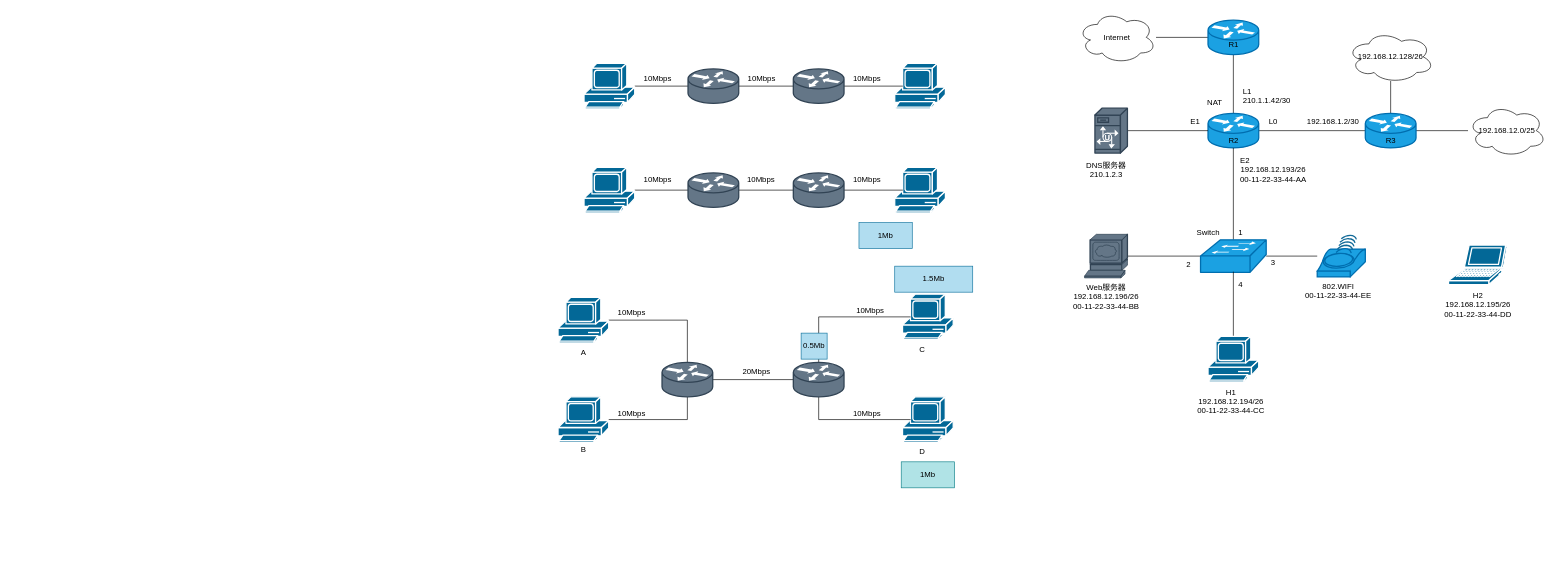
Before: 未命名绘图.drawio in Fanziyang-v/hello-world, a draw.io diagram. Source tidied: cells renumbered, new cells numbered last; positions are measured from the earlier drawing's top-left corner, leaving out a move shared by most shapes. Both pictures are drawn from the tidied source at 65%, with x=0, y=0 at pixel (558, 11).
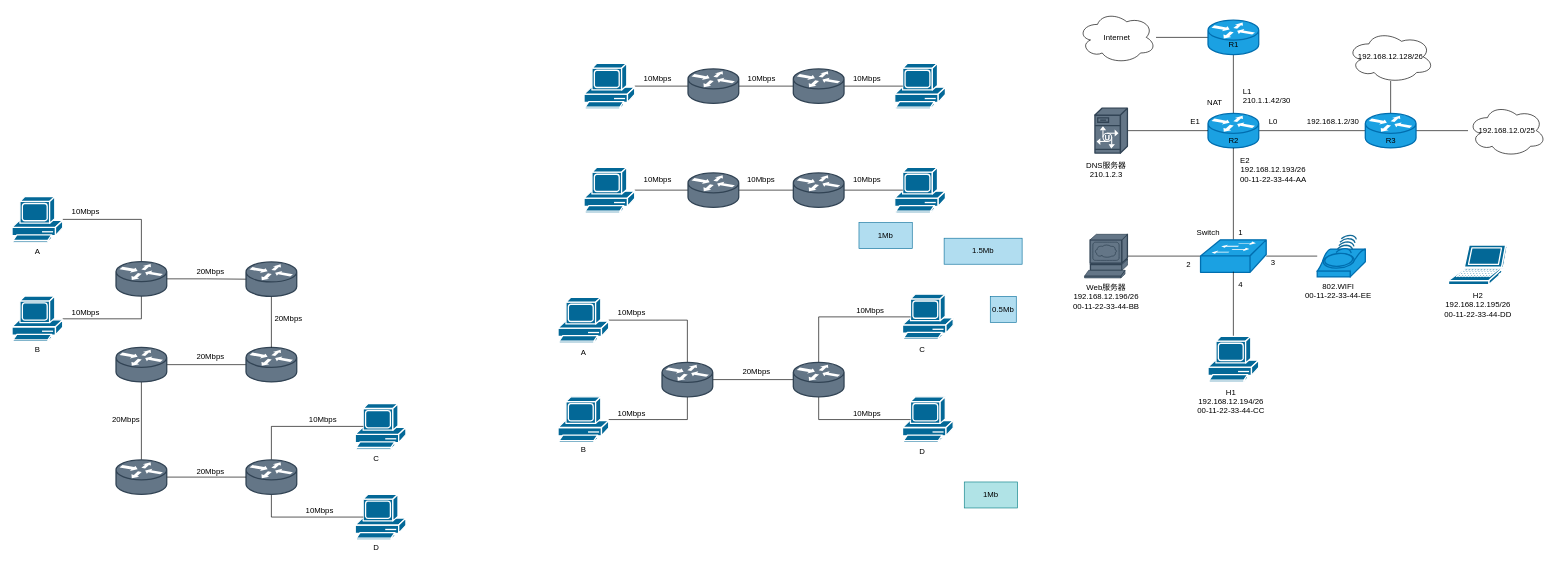
The same diagram, later.

Commit message:
更新未命名绘图.drawio

Diff of the diagram source:
```diff
@@
     <mxCell id="83" value="1.5Mb" style="whiteSpace=wrap;html=1;fillColor=#b1ddf0;strokeColor=#10739e;" parent="1" vertex="1">
-      <mxGeometry x="518" y="392" width="120" height="40" as="geometry" />
+      <mxGeometry x="594" y="349" width="120" height="40" as="geometry" />
     </mxCell>
     <mxCell id="84" value="1Mb" style="whiteSpace=wrap;html=1;fillColor=#b0e3e6;strokeColor=#0e8088;" parent="1" vertex="1">
-      <mxGeometry x="528" y="693" width="82" height="40" as="geometry" />
+      <mxGeometry x="625" y="724" width="82" height="40" as="geometry" />
     </mxCell>
@@
     <mxCell id="86" value="0.5Mb" style="whiteSpace=wrap;html=1;fillColor=#b1ddf0;strokeColor=#10739e;" parent="1" vertex="1">
-      <mxGeometry x="374" y="495" width="40" height="40" as="geometry" />
+      <mxGeometry x="665" y="438.5" width="40" height="40" as="geometry" />
     </mxCell>
+    <mxCell id="87" style="edgeStyle=orthogonalEdgeStyle;rounded=0;jettySize=auto;html=1;entryX=0.5;entryY=1;entryDx=0;entryDy=0;entryPerimeter=0;endArrow=none;endFill=0;" parent="1" edge="1" source="88" target="94">
+      <mxGeometry relative="1" as="geometry" />
+    </mxCell>
+    <mxCell id="88" style="shape=mxgraph.cisco.computers_and_peripherals.pc;sketch=0;html=1;dashed=0;fillColor=#036897;strokeColor=#ffffff;strokeWidth=2;verticalLabelPosition=bottom;verticalAlign=top;align=center;outlineConnect=0;" parent="1" vertex="1">
+      <mxGeometry x="-840" y="438" width="78" height="70" as="geometry" />
+    </mxCell>
+    <mxCell id="89" style="edgeStyle=orthogonalEdgeStyle;rounded=0;jettySize=auto;html=1;endArrow=none;endFill=0;entryX=0.5;entryY=0;entryDx=0;entryDy=0;entryPerimeter=0;" parent="1" edge="1" source="90" target="94">
+      <mxGeometry relative="1" as="geometry" />
+    </mxCell>
+    <mxCell id="90" style="shape=mxgraph.cisco.computers_and_peripherals.pc;sketch=0;html=1;dashed=0;fillColor=#036897;strokeColor=#ffffff;strokeWidth=2;verticalLabelPosition=bottom;verticalAlign=top;align=center;outlineConnect=0;" parent="1" vertex="1">
+      <mxGeometry x="-840" y="285" width="78" height="70" as="geometry" />
+    </mxCell>
+    <mxCell id="91" style="shape=mxgraph.cisco.computers_and_peripherals.pc;sketch=0;html=1;dashed=0;fillColor=#036897;strokeColor=#ffffff;strokeWidth=2;verticalLabelPosition=bottom;verticalAlign=top;align=center;outlineConnect=0;" parent="1" vertex="1">
+      <mxGeometry x="-312" y="743" width="78" height="70" as="geometry" />
+    </mxCell>
+    <mxCell id="92" style="shape=mxgraph.cisco.computers_and_peripherals.pc;sketch=0;html=1;dashed=0;fillColor=#036897;strokeColor=#ffffff;strokeWidth=2;verticalLabelPosition=bottom;verticalAlign=top;align=center;outlineConnect=0;" parent="1" vertex="1">
+      <mxGeometry x="-312" y="603.5" width="78" height="70" as="geometry" />
+    </mxCell>
+    <mxCell id="93" style="edgeStyle=orthogonalEdgeStyle;rounded=0;jettySize=auto;html=1;endArrow=none;endFill=0;" parent="1" edge="1" source="94" target="109">
+      <mxGeometry relative="1" as="geometry" />
+    </mxCell>
+    <mxCell id="94" style="shape=mxgraph.cisco.routers.router;sketch=0;html=1;dashed=0;fillColor=#647687;strokeColor=#314354;strokeWidth=2;verticalLabelPosition=bottom;verticalAlign=top;align=center;outlineConnect=0;fontColor=#ffffff;" parent="1" vertex="1">
+      <mxGeometry x="-680" y="385" width="78" height="53" as="geometry" />
+    </mxCell>
+    <mxCell id="95" style="edgeStyle=orthogonalEdgeStyle;rounded=0;jettySize=auto;html=1;entryX=0.16;entryY=0.5;entryDx=0;entryDy=0;entryPerimeter=0;endArrow=none;endFill=0;exitX=0.5;exitY=1;exitDx=0;exitDy=0;exitPerimeter=0;" parent="1" edge="1" source="97" target="91">
+      <mxGeometry relative="1" as="geometry" />
+    </mxCell>
+    <mxCell id="96" style="edgeStyle=orthogonalEdgeStyle;rounded=0;jettySize=auto;html=1;endArrow=none;endFill=0;entryX=0.16;entryY=0.5;entryDx=0;entryDy=0;entryPerimeter=0;" parent="1" edge="1" source="97" target="92">
+      <mxGeometry relative="1" as="geometry">
+        <Array as="points">
+          <mxPoint x="-441" y="639" />
+          <mxPoint x="-300" y="639" />
+        </Array>
+      </mxGeometry>
+    </mxCell>
+    <mxCell id="97" style="shape=mxgraph.cisco.routers.router;sketch=0;html=1;dashed=0;fillColor=#647687;strokeColor=#314354;strokeWidth=2;verticalLabelPosition=bottom;verticalAlign=top;align=center;outlineConnect=0;fontColor=#ffffff;" parent="1" vertex="1">
+      <mxGeometry x="-480" y="690" width="78" height="53" as="geometry" />
+    </mxCell>
+    <mxCell id="98" value="10Mbps" style="text;html=1;align=center;verticalAlign=middle;strokeColor=none;fillColor=none;" parent="1" vertex="1">
+      <mxGeometry x="-762" y="293.5" width="70" height="30" as="geometry" />
+    </mxCell>
+    <mxCell id="99" value="10Mbps" style="text;html=1;align=center;verticalAlign=middle;strokeColor=none;fillColor=none;" parent="1" vertex="1">
+      <mxGeometry x="-762" y="448.5" width="70" height="30" as="geometry" />
+    </mxCell>
+    <mxCell id="100" value="20Mbps" style="text;html=1;align=center;verticalAlign=middle;strokeColor=none;fillColor=none;" parent="1" vertex="1">
+      <mxGeometry x="-450" y="458" width="70" height="30" as="geometry" />
+    </mxCell>
+    <mxCell id="101" value="10Mbps" style="text;html=1;align=center;verticalAlign=middle;strokeColor=none;fillColor=none;" parent="1" vertex="1">
+      <mxGeometry x="-402" y="753.5" width="70" height="30" as="geometry" />
+    </mxCell>
+    <mxCell id="102" value="10Mbps" style="text;html=1;align=center;verticalAlign=middle;strokeColor=none;fillColor=none;" parent="1" vertex="1">
+      <mxGeometry x="-397" y="613" width="70" height="30" as="geometry" />
+    </mxCell>
+    <mxCell id="103" value="A" style="text;html=1;align=center;verticalAlign=middle;strokeColor=none;fillColor=none;" parent="1" vertex="1">
+      <mxGeometry x="-816" y="355" width="30" height="30" as="geometry" />
+    </mxCell>
+    <mxCell id="104" value="B" style="text;html=1;align=center;verticalAlign=middle;strokeColor=none;fillColor=none;" parent="1" vertex="1">
+      <mxGeometry x="-816" y="505" width="30" height="30" as="geometry" />
+    </mxCell>
+    <mxCell id="105" value="C" style="text;html=1;align=center;verticalAlign=middle;strokeColor=none;fillColor=none;" parent="1" vertex="1">
+      <mxGeometry x="-295" y="673.5" width="30" height="30" as="geometry" />
+    </mxCell>
+    <mxCell id="106" style="edgeStyle=orthogonalEdgeStyle;rounded=0;jettySize=auto;html=1;entryX=1;entryY=0.5;entryDx=0;entryDy=0;entryPerimeter=0;endArrow=none;endFill=0;" parent="1" edge="1" source="107" target="111">
+      <mxGeometry relative="1" as="geometry" />
+    </mxCell>
+    <mxCell id="107" style="shape=mxgraph.cisco.routers.router;sketch=0;html=1;dashed=0;fillColor=#647687;strokeColor=#314354;strokeWidth=2;verticalLabelPosition=bottom;verticalAlign=top;align=center;outlineConnect=0;fontColor=#ffffff;" parent="1" vertex="1">
+      <mxGeometry x="-480" y="517" width="78" height="53" as="geometry" />
+    </mxCell>
+    <mxCell id="108" style="edgeStyle=orthogonalEdgeStyle;rounded=0;jettySize=auto;html=1;endArrow=none;endFill=0;" parent="1" edge="1" source="109" target="107">
+      <mxGeometry relative="1" as="geometry" />
+    </mxCell>
+    <mxCell id="109" style="shape=mxgraph.cisco.routers.router;sketch=0;html=1;dashed=0;fillColor=#647687;strokeColor=#314354;strokeWidth=2;verticalLabelPosition=bottom;verticalAlign=top;align=center;outlineConnect=0;fontColor=#ffffff;" parent="1" vertex="1">
+      <mxGeometry x="-480" y="385.5" width="78" height="53" as="geometry" />
+    </mxCell>
+    <mxCell id="110" style="edgeStyle=orthogonalEdgeStyle;rounded=0;jettySize=auto;html=1;entryX=0.5;entryY=0;entryDx=0;entryDy=0;entryPerimeter=0;endArrow=none;endFill=0;" parent="1" edge="1" source="111" target="113">
+      <mxGeometry relative="1" as="geometry" />
+    </mxCell>
+    <mxCell id="111" style="shape=mxgraph.cisco.routers.router;sketch=0;html=1;dashed=0;fillColor=#647687;strokeColor=#314354;strokeWidth=2;verticalLabelPosition=bottom;verticalAlign=top;align=center;outlineConnect=0;fontColor=#ffffff;" parent="1" vertex="1">
+      <mxGeometry x="-680" y="517" width="78" height="53" as="geometry" />
+    </mxCell>
+    <mxCell id="112" style="edgeStyle=orthogonalEdgeStyle;rounded=0;jettySize=auto;html=1;entryX=0;entryY=0.5;entryDx=0;entryDy=0;entryPerimeter=0;endArrow=none;endFill=0;" parent="1" edge="1" source="113" target="97">
+      <mxGeometry relative="1" as="geometry" />
+    </mxCell>
+    <mxCell id="113" style="shape=mxgraph.cisco.routers.router;sketch=0;html=1;dashed=0;fillColor=#647687;strokeColor=#314354;strokeWidth=2;verticalLabelPosition=bottom;verticalAlign=top;align=center;outlineConnect=0;fontColor=#ffffff;" parent="1" vertex="1">
+      <mxGeometry x="-680" y="690" width="78" height="53" as="geometry" />
+    </mxCell>
+    <mxCell id="114" value="20Mbps" style="text;html=1;align=center;verticalAlign=middle;strokeColor=none;fillColor=none;" parent="1" vertex="1">
+      <mxGeometry x="-570" y="385" width="70" height="30" as="geometry" />
+    </mxCell>
+    <mxCell id="115" value="20Mbps" style="text;html=1;align=center;verticalAlign=middle;strokeColor=none;fillColor=none;" parent="1" vertex="1">
+      <mxGeometry x="-570" y="517" width="70" height="30" as="geometry" />
+    </mxCell>
+    <mxCell id="116" value="20Mbps" style="text;html=1;align=center;verticalAlign=middle;strokeColor=none;fillColor=none;" parent="1" vertex="1">
+      <mxGeometry x="-700" y="613" width="70" height="30" as="geometry" />
+    </mxCell>
+    <mxCell id="117" value="20Mbps" style="text;html=1;align=center;verticalAlign=middle;strokeColor=none;fillColor=none;" parent="1" vertex="1">
+      <mxGeometry x="-570" y="693" width="70" height="30" as="geometry" />
+    </mxCell>
+    <mxCell id="118" value="D" style="text;html=1;align=center;verticalAlign=middle;strokeColor=none;fillColor=none;" parent="1" vertex="1">
+      <mxGeometry x="-295" y="810" width="30" height="30" as="geometry" />
+    </mxCell>
```
